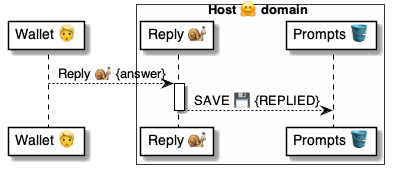
pollyweb-org/pollyweb-docs keeps this PlantUML diagram as 4 ⚙️ Solution/41 🎭 Domain Roles/Hosts 🤗/🤗🪣 Host tables/Prompts 🤔 table/🪣🔔 14 Replied/🤗 OnHostPromptReplied ⚙️ uml.png. Above is the earlier version. Its source is kept beside it as 4 ⚙️ Solution/41 🎭 Domain Roles/Hosts 🤗/🤗🪣 Host tables/Prompts 🤔 table/🪣🔔 14 Replied/🤗 OnHostPromptReplied ⚙️ uml.puml. Source of this version:
```plantuml
@startuml OnPromptReplied

participant "Wallet 👱" as wallet
box Host 🤗 domain #FFFFFD
    participant "Reply 🐌" as handler
    participant "Prompts 🪣" as prompts
end box

wallet --> handler: Reply 🐌 {answer}
activate handler
    handler --> prompts: SAVE 💾 {REPLIED}
deactivate handler


@enduml
```
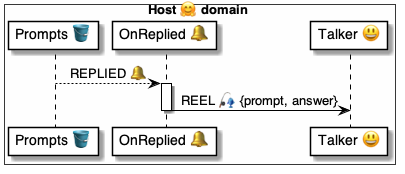
After the change.

Diff of the diagram source:
```diff
@@ -1,14 +1,14 @@
 @startuml OnPromptReplied
 
-participant "Wallet 👱" as wallet
 box Host 🤗 domain #FFFFFD
-    participant "Reply 🐌" as handler
     participant "Prompts 🪣" as prompts
+    participant "OnReplied 🔔" as handler
+    participant "Talker 😃" as talker
 end box
 
-wallet --> handler: Reply 🐌 {answer}
+prompts --> handler: REPLIED 🔔
 activate handler
-    handler --> prompts: SAVE 💾 {REPLIED}
+    handler -> talker: REEL 🎣 {prompt, answer}
 deactivate handler
 
 
```
